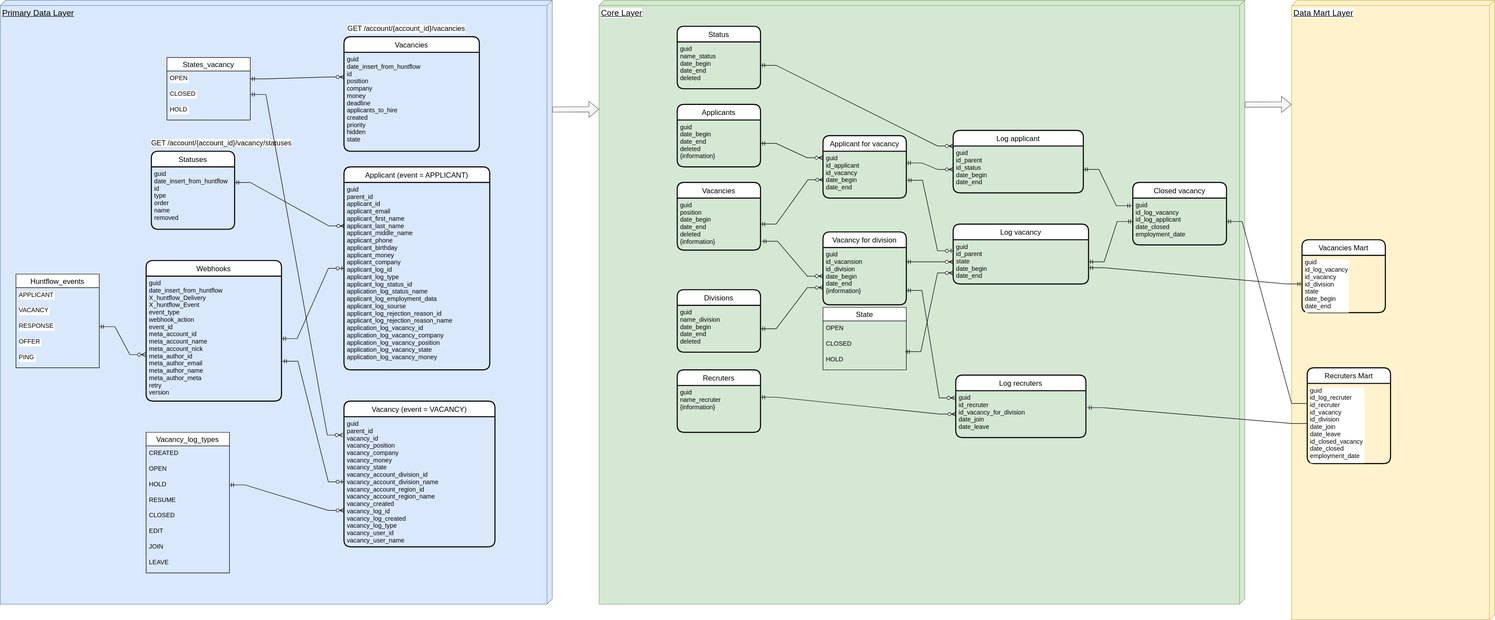
Rikanda/for_admitad keeps this draw.io diagram as er.drawio.svg. Above is the earlier version. Source tidied: cells renumbered, new cells last; positions are measured from the earlier drawing's top-left corner, leaving out a move shared by most shapes.
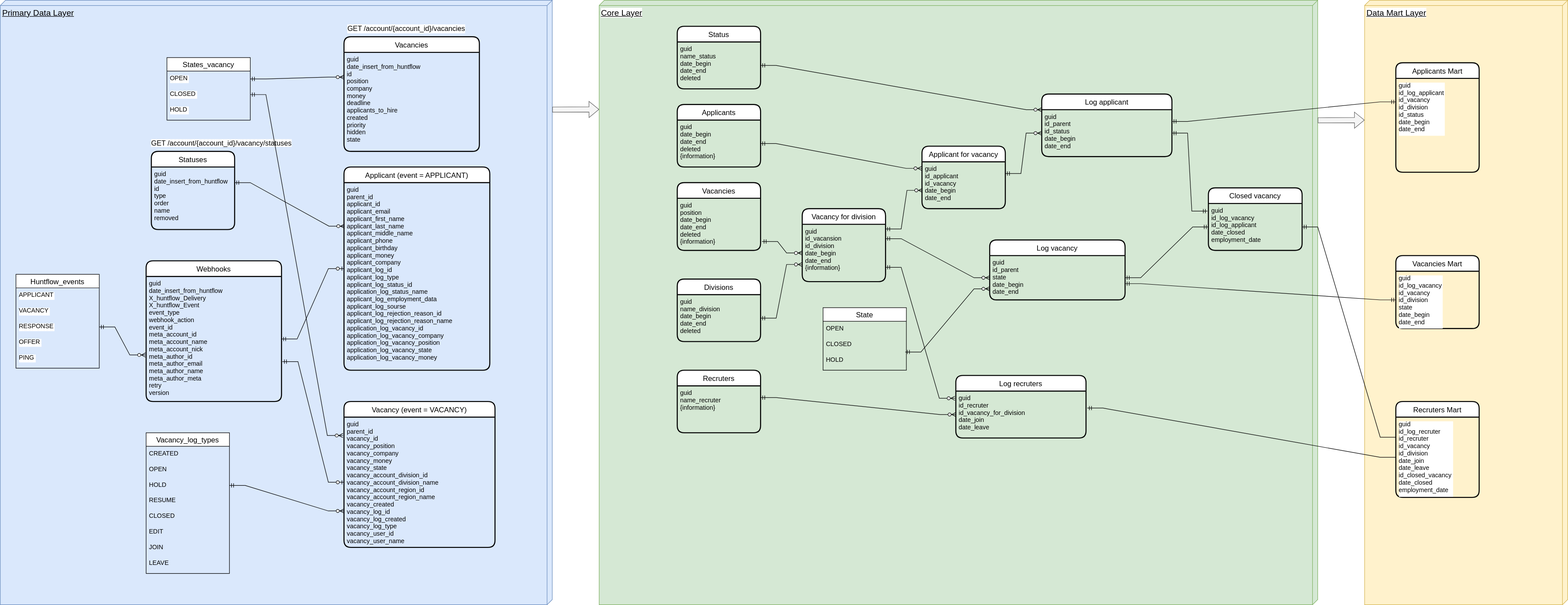
After the commit.

Diff of the diagram source:
```diff
@@ -3,7 +3,7 @@
     <mxCell id="0" />
     <mxCell id="1" parent="0" />
     <mxCell id="2" value="Core Layer" style="verticalAlign=top;align=left;spacingTop=8;spacingLeft=2;spacingRight=12;shape=cube;size=10;direction=south;fontStyle=4;html=1;labelBackgroundColor=#FFFFFF;fontSize=16;fillColor=#d5e8d4;strokeColor=#82b366;" parent="1" vertex="1">
-      <mxGeometry x="1150" width="1240" height="1160" as="geometry" />
+      <mxGeometry x="1150" width="1380" height="1160" as="geometry" />
     </mxCell>
     <mxCell id="3" value="Applicants" style="swimlane;horizontal=1;startSize=30;rounded=1;fontSize=14;fontStyle=0;strokeWidth=2;shadow=0;dashed=0;align=center;" parent="1" vertex="1">
       <mxGeometry x="1300" y="200" width="160" height="120" as="geometry" />
@@ -24,7 +24,7 @@
       <mxGeometry y="30" width="160" height="90" as="geometry" />
     </mxCell>
     <mxCell id="9" value="Divisions" style="swimlane;horizontal=1;startSize=30;rounded=1;fontSize=14;fontStyle=0;strokeWidth=2;shadow=0;dashed=0;align=center;" parent="1" vertex="1">
-      <mxGeometry x="1300" y="556" width="160" height="120" as="geometry" />
+      <mxGeometry x="1300" y="535" width="160" height="120" as="geometry" />
     </mxCell>
     <mxCell id="10" value="guid&#10;name_division&#10;date_begin&#10;date_end&#10;deleted&#10;" style="align=left;strokeColor=none;fillColor=none;spacingLeft=4;fontSize=12;verticalAlign=top;" parent="9" vertex="1">
       <mxGeometry y="30" width="160" height="90" as="geometry" />
@@ -48,13 +48,13 @@
       <mxGeometry y="86" width="160" height="34" as="geometry" />
     </mxCell>
     <mxCell id="17" value="Applicant for vacancy" style="swimlane;horizontal=1;startSize=30;rounded=1;fontSize=14;fontStyle=0;strokeWidth=2;shadow=0;dashed=0;align=center;" parent="1" vertex="1">
-      <mxGeometry x="1580" y="260" width="160" height="120" as="geometry" />
+      <mxGeometry x="1770" y="280" width="160" height="120" as="geometry" />
     </mxCell>
     <mxCell id="18" value="guid&#10;id_applicant&#10;id_vacancy&#10;date_begin&#10;date_end" style="align=left;strokeColor=none;fillColor=none;spacingLeft=4;fontSize=12;verticalAlign=top;" parent="17" vertex="1">
       <mxGeometry y="30" width="160" height="90" as="geometry" />
     </mxCell>
     <mxCell id="19" value="Log applicant" style="swimlane;horizontal=1;startSize=30;rounded=1;fontSize=14;fontStyle=0;strokeWidth=2;shadow=0;dashed=0;align=center;" parent="1" vertex="1">
-      <mxGeometry x="1830" y="250" width="250" height="120" as="geometry" />
+      <mxGeometry x="2000" y="180" width="250" height="120" as="geometry" />
     </mxCell>
     <mxCell id="20" value="guid&#10;id_parent&#10;id_status&#10;date_begin&#10;date_end" style="align=left;strokeColor=none;fillColor=none;spacingLeft=4;fontSize=12;verticalAlign=top;" parent="19" vertex="1">
       <mxGeometry y="30" width="250" height="90" as="geometry" />
@@ -66,7 +66,7 @@
       <mxGeometry y="30" width="250" height="90" as="geometry" />
     </mxCell>
     <mxCell id="23" value="Log vacancy" style="swimlane;horizontal=1;startSize=30;rounded=1;fontSize=14;fontStyle=0;strokeWidth=2;shadow=0;dashed=0;align=center;" parent="1" vertex="1">
-      <mxGeometry x="1830" y="430" width="260" height="115" as="geometry" />
+      <mxGeometry x="1900" y="460" width="260" height="115" as="geometry" />
     </mxCell>
     <mxCell id="24" value="guid&#10;id_parent&#10;state&#10;date_begin&#10;date_end&#10;" style="align=left;strokeColor=none;fillColor=none;spacingLeft=4;fontSize=12;verticalAlign=top;" parent="23" vertex="1">
       <mxGeometry y="30" width="260" height="85" as="geometry" />
@@ -189,12 +189,12 @@
       <mxGeometry relative="1" as="geometry" />
     </mxCell>
     <mxCell id="64" value="Data Mart Layer" style="verticalAlign=top;align=left;spacingTop=8;spacingLeft=2;spacingRight=12;shape=cube;size=10;direction=south;fontStyle=4;html=1;labelBackgroundColor=#FFFFFF;fontSize=16;fillColor=#fff2cc;strokeColor=#d6b656;" parent="1" vertex="1">
-      <mxGeometry x="2480" width="390" height="1190" as="geometry" />
+      <mxGeometry x="2620" width="390" height="1160" as="geometry" />
     </mxCell>
     <mxCell id="65" style="shape=flexArrow;endArrow=classic;html=1;rounded=0;fontSize=16;fontColor=#000000;exitX=0.842;exitY=0;exitDx=0;exitDy=0;exitPerimeter=0;fillColor=#f5f5f5;strokeColor=#666666;" parent="1" edge="1">
       <mxGeometry relative="1" as="geometry">
-        <mxPoint x="2390" y="200.3" as="sourcePoint" />
-        <mxPoint x="2480" y="200" as="targetPoint" />
+        <mxPoint x="2530" y="230.3" as="sourcePoint" />
+        <mxPoint x="2620" y="230" as="targetPoint" />
       </mxGeometry>
     </mxCell>
     <mxCell id="66" style="shape=flexArrow;endArrow=classic;html=1;rounded=0;fontSize=16;fontColor=#000000;exitX=0.842;exitY=0;exitDx=0;exitDy=0;exitPerimeter=0;fillColor=#f5f5f5;strokeColor=#666666;" parent="1" edge="1">
@@ -204,13 +204,15 @@
       </mxGeometry>
     </mxCell>
     <mxCell id="67" value="Vacancy for division" style="swimlane;horizontal=1;startSize=30;rounded=1;fontSize=14;fontStyle=0;strokeWidth=2;shadow=0;dashed=0;align=center;labelBackgroundColor=#FFFFFF;fontColor=#000000;" parent="1" vertex="1">
-      <mxGeometry x="1580" y="445" width="160" height="140" as="geometry" />
+      <mxGeometry x="1540" y="400" width="160" height="140" as="geometry" />
     </mxCell>
     <mxCell id="68" value="guid&#10;id_vacansion&#10;id_division&#10;date_begin&#10;date_end&#10;{information}" style="align=left;strokeColor=none;fillColor=none;spacingLeft=4;fontSize=12;verticalAlign=top;labelBackgroundColor=#D5E8D4;fontColor=#000000;" parent="67" vertex="1">
       <mxGeometry y="30" width="160" height="110" as="geometry" />
     </mxCell>
-    <mxCell id="69" style="edgeStyle=entityRelationEdgeStyle;fontSize=12;html=1;endArrow=ERzeroToMany;startArrow=ERmandOne;rounded=0;fontColor=#000000;exitX=1;exitY=0.5;exitDx=0;exitDy=0;entryX=0.007;entryY=0.609;entryDx=0;entryDy=0;entryPerimeter=0;" parent="1" edge="1" source="6" target="18">
-      <mxGeometry relative="1" as="geometry" />
+    <mxCell id="69" style="edgeStyle=entityRelationEdgeStyle;fontSize=12;html=1;endArrow=ERzeroToMany;startArrow=ERmandOne;rounded=0;fontColor=#000000;entryX=0.007;entryY=0.609;entryDx=0;entryDy=0;entryPerimeter=0;" parent="1" edge="1" target="18">
+      <mxGeometry relative="1" as="geometry">
+        <mxPoint x="1700" y="439" as="sourcePoint" />
+      </mxGeometry>
     </mxCell>
     <mxCell id="70" style="edgeStyle=entityRelationEdgeStyle;fontSize=12;html=1;endArrow=ERzeroToMany;startArrow=ERmandOne;rounded=0;fontColor=#000000;exitX=1.017;exitY=0.83;exitDx=0;exitDy=0;exitPerimeter=0;" parent="1" edge="1" source="6" target="68">
       <mxGeometry relative="1" as="geometry" />
@@ -221,9 +223,6 @@
     <mxCell id="72" style="edgeStyle=entityRelationEdgeStyle;fontSize=12;html=1;endArrow=ERzeroToMany;startArrow=ERmandOne;rounded=0;fontColor=#000000;exitX=1;exitY=0.25;exitDx=0;exitDy=0;" parent="1" edge="1" source="68" target="24">
       <mxGeometry relative="1" as="geometry" />
     </mxCell>
-    <mxCell id="73" style="edgeStyle=entityRelationEdgeStyle;fontSize=12;html=1;endArrow=ERzeroToOne;startArrow=ERmandOne;rounded=0;fontColor=#000000;exitX=1.007;exitY=0.62;exitDx=0;exitDy=0;exitPerimeter=0;entryX=0;entryY=0.25;entryDx=0;entryDy=0;" parent="1" edge="1" source="18" target="24">
-      <mxGeometry relative="1" as="geometry" />
-    </mxCell>
     <mxCell id="74" style="edgeStyle=entityRelationEdgeStyle;fontSize=12;html=1;endArrow=ERzeroToMany;startArrow=ERmandOne;rounded=0;fontColor=#000000;exitX=0.987;exitY=-0.029;exitDx=0;exitDy=0;exitPerimeter=0;entryX=0;entryY=0.75;entryDx=0;entryDy=0;" parent="1" edge="1" source="16" target="24">
       <mxGeometry relative="1" as="geometry" />
     </mxCell>
@@ -243,7 +242,7 @@
       <mxGeometry relative="1" as="geometry" />
     </mxCell>
     <mxCell id="80" value="Closed vacanсy" style="swimlane;horizontal=1;startSize=30;rounded=1;fontSize=14;fontStyle=0;strokeWidth=2;shadow=0;dashed=0;align=center;" parent="1" vertex="1">
-      <mxGeometry x="2175" y="350" width="180" height="120" as="geometry" />
+      <mxGeometry x="2320" y="360" width="180" height="120" as="geometry" />
     </mxCell>
     <mxCell id="81" value="guid&#10;id_log_vacancy&#10;id_log_applicant&#10;date_closed&#10;employment_date" style="align=left;strokeColor=none;fillColor=none;spacingLeft=4;fontSize=12;verticalAlign=top;" parent="80" vertex="1">
       <mxGeometry y="30" width="180" height="90" as="geometry" />
@@ -255,7 +254,7 @@
       <mxGeometry relative="1" as="geometry" />
     </mxCell>
     <mxCell id="84" value="Vacancies Mart" style="swimlane;horizontal=1;startSize=30;rounded=1;fontSize=14;fontStyle=0;strokeWidth=2;shadow=0;dashed=0;align=center;labelBackgroundColor=#FFFFFF;fontColor=#000000;" parent="1" vertex="1">
-      <mxGeometry x="2500" y="460" width="160" height="140" as="geometry" />
+      <mxGeometry x="2680" y="490" width="160" height="140" as="geometry" />
     </mxCell>
     <mxCell id="85" value="guid&#10;id_log_vacancy&#10;id_vacancy&#10;id_division&#10;state&#10;date_begin&#10;date_end" style="align=left;strokeColor=none;fillColor=none;spacingLeft=4;fontSize=12;verticalAlign=top;labelBackgroundColor=#FFFFFF;fontColor=#000000;" parent="84" vertex="1">
       <mxGeometry y="30" width="160" height="110" as="geometry" />
@@ -264,7 +263,7 @@
       <mxGeometry relative="1" as="geometry" />
     </mxCell>
     <mxCell id="87" value="Recruters Mart" style="swimlane;horizontal=1;startSize=30;rounded=1;fontSize=14;fontStyle=0;strokeWidth=2;shadow=0;dashed=0;align=center;labelBackgroundColor=#FFFFFF;fontColor=#000000;" parent="1" vertex="1">
-      <mxGeometry x="2510" y="706" width="160" height="184" as="geometry" />
+      <mxGeometry x="2680" y="770" width="160" height="184" as="geometry" />
     </mxCell>
     <mxCell id="88" value="guid&#10;id_log_recruter&#10;id_recruter&#10;id_vacancy&#10;id_division&#10;date_join&#10;date_leave&#10;id_closed_vacancy&#10;date_closed&#10;employment_date" style="align=left;strokeColor=none;fillColor=none;spacingLeft=4;fontSize=12;verticalAlign=top;labelBackgroundColor=#FFFFFF;fontColor=#000000;" parent="87" vertex="1">
       <mxGeometry y="30" width="160" height="154" as="geometry" />
@@ -275,5 +274,14 @@
     <mxCell id="90" style="edgeStyle=entityRelationEdgeStyle;fontSize=12;html=1;endArrow=ERmandOne;rounded=0;fontColor=#000000;entryX=1;entryY=0.5;entryDx=0;entryDy=0;exitX=0;exitY=0.25;exitDx=0;exitDy=0;" parent="1" edge="1" source="88" target="81">
       <mxGeometry relative="1" as="geometry" />
     </mxCell>
+    <mxCell id="91" value="Applicants Mart" style="swimlane;horizontal=1;startSize=30;rounded=1;fontSize=14;fontStyle=0;strokeWidth=2;shadow=0;dashed=0;align=center;labelBackgroundColor=#FFFFFF;fontColor=#000000;" parent="1" vertex="1">
+      <mxGeometry x="2680" y="120" width="160" height="210" as="geometry" />
+    </mxCell>
+    <mxCell id="92" value="guid&#10;id_log_applicant&#10;id_vacancy&#10;id_division&#10;id_status&#10;date_begin&#10;date_end" style="align=left;strokeColor=none;fillColor=none;spacingLeft=4;fontSize=12;verticalAlign=top;labelBackgroundColor=#FFFFFF;fontColor=#000000;" parent="91" vertex="1">
+      <mxGeometry y="30" width="160" height="180" as="geometry" />
+    </mxCell>
+    <mxCell id="93" style="edgeStyle=entityRelationEdgeStyle;fontSize=12;html=1;endArrow=ERmandOne;startArrow=ERmandOne;rounded=0;fontColor=#000000;exitX=1;exitY=0.25;exitDx=0;exitDy=0;entryX=0;entryY=0.25;entryDx=0;entryDy=0;" parent="1" edge="1" source="20" target="92">
+      <mxGeometry relative="1" as="geometry" />
+    </mxCell>
   </root>
 </mxGraphModel>
```
